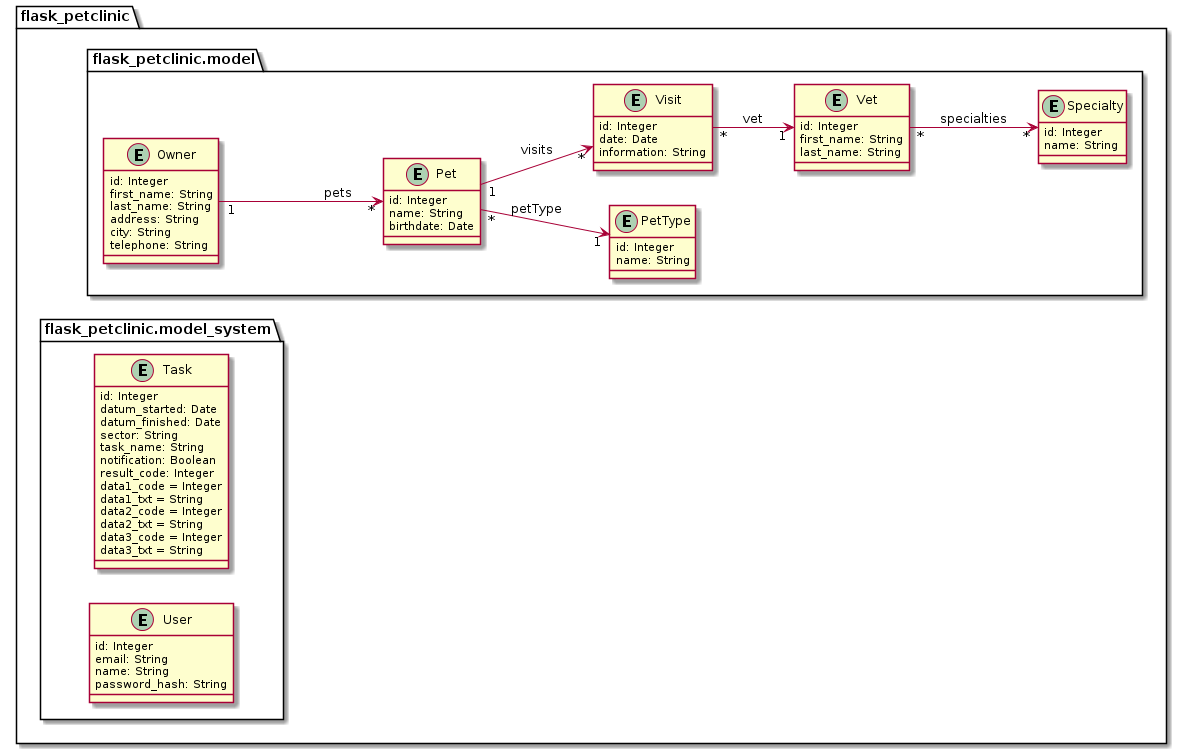
Before: docs/uml/Domain_Class_Modell.png, a diagram exported from PlantUML (Jakarta-EE-Petclinic/petclinic_flask).
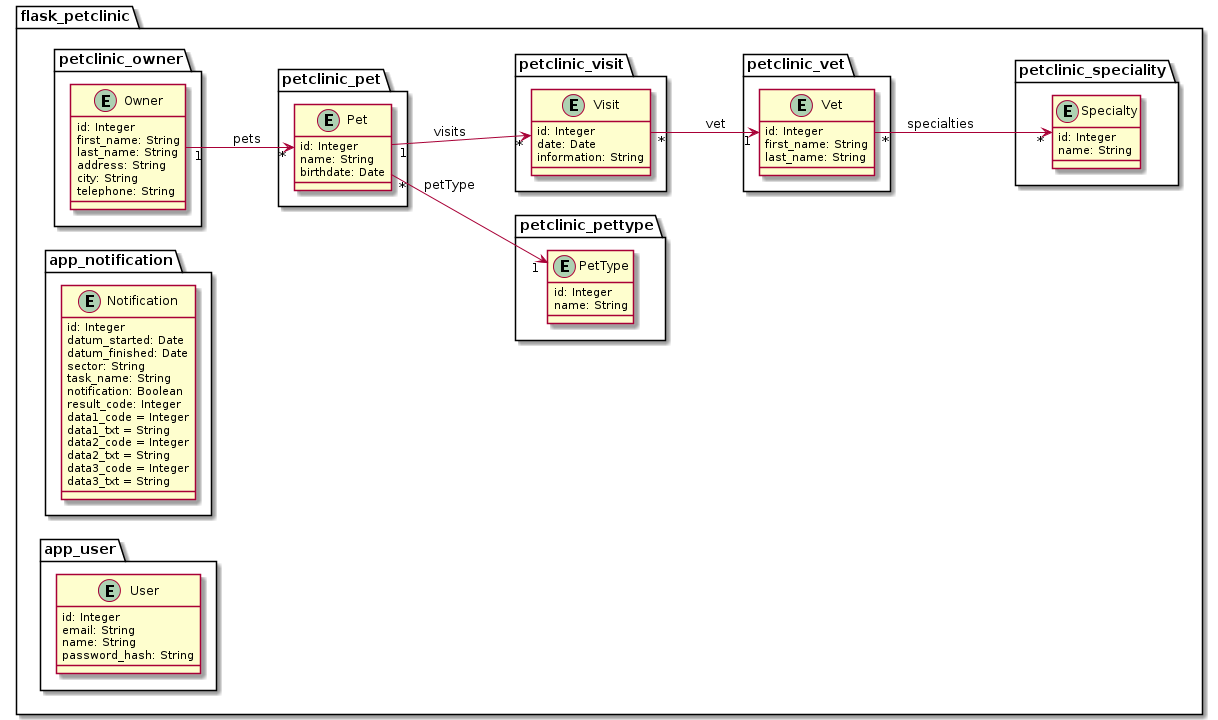
The same file after the commit.

The edit, as a diff of the source:
```diff
@@ -3,7 +3,7 @@
 
 package flask_petclinic {
 
-    package flask_petclinic.model {
+    package petclinic_owner {
 
         entity Owner {
             id: Integer
@@ -13,29 +13,43 @@
             city: String
             telephone: String
         }
+    }
+
+    package petclinic_pet {
 
         entity Pet {
             id: Integer
             name: String
             birthdate: Date
         }
+    }
+    package petclinic_pettype {
 
         entity PetType {
             id: Integer
             name: String
         }
+    }
+
+    package petclinic_visit {
 
         entity Visit {
             id: Integer
             date: Date
             information: String
         }
+    }
+
+    package petclinic_vet {
 
         entity Vet {
             id: Integer
             first_name: String
             last_name: String
         }
+    }
+
+    package petclinic_speciality {
 
         entity Specialty {
             id: Integer
@@ -49,8 +63,9 @@
         Vet "*" --> "*" Specialty: specialties
     }
 
-    package flask_petclinic.model_system {
-        entity Task {
+    package app_notification {
+
+        entity Notification {
             id: Integer
             datum_started: Date
             datum_finished: Date
@@ -65,6 +80,10 @@
             data3_code = Integer
             data3_txt = String
         }
+    }
+
+    package app_user {
+
         entity User {
             id: Integer
             email: String
```
